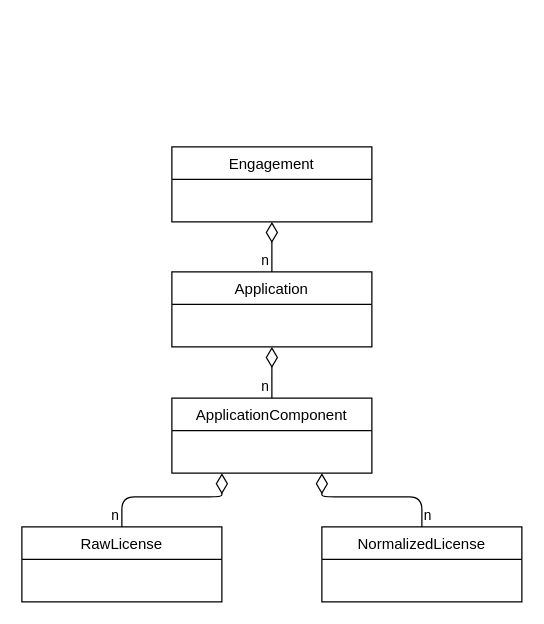
This is src/main/asciidoc/images/datamodel.drawio from devonfw/solicitor, a draw.io file, before an edit. Source tidied: cells renumbered, new cells numbered last; positions are measured from the earlier drawing's top-left corner, leaving out a move shared by most shapes. Both pictures are drawn from the tidied source at 125%, with x=0, y=0 at pixel (21, 146).
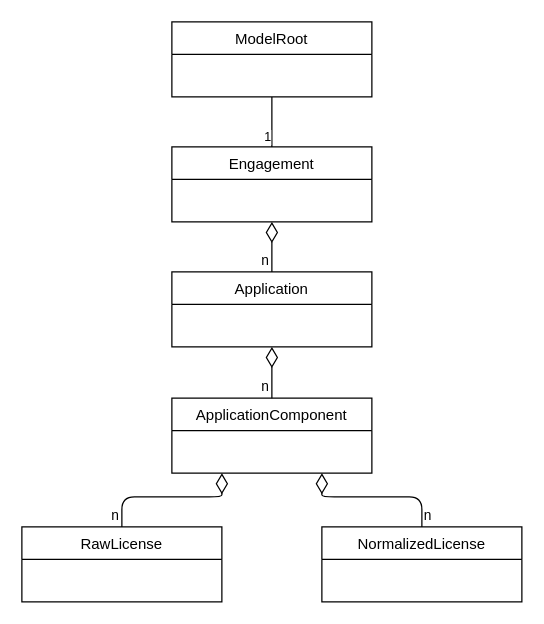
The same diagram, later.

Diff of the diagram source:
```diff
@@
 <mxGraphModel>
   <root>
     <mxCell id="0" />
     <mxCell id="1" parent="0" />
     <mxCell id="2" value="Engagement" style="swimlane;fontStyle=0;horizontal=1;startSize=26;fillColor=none;" parent="1" vertex="1">
       <mxGeometry x="120" width="160" height="60" as="geometry" />
     </mxCell>
     <mxCell id="3" value="RawLicense" style="swimlane;fontStyle=0;horizontal=1;startSize=26;fillColor=none;" parent="1" vertex="1">
       <mxGeometry y="304" width="160" height="60" as="geometry" />
     </mxCell>
     <mxCell id="4" value="ApplicationComponent" style="swimlane;fontStyle=0;horizontal=1;startSize=26;fillColor=none;" parent="1" vertex="1">
       <mxGeometry x="120" y="201" width="160" height="60" as="geometry" />
     </mxCell>
     <mxCell id="5" value="NormalizedLicense" style="swimlane;fontStyle=0;horizontal=1;startSize=26;fillColor=none;" parent="1" vertex="1">
       <mxGeometry x="240" y="304" width="160" height="60" as="geometry" />
     </mxCell>
     <mxCell id="6" value="n" style="endArrow=none;html=1;endSize=12;startArrow=diamondThin;startSize=14;startFill=0;edgeStyle=orthogonalEdgeStyle;align=left;verticalAlign=bottom;entryX=0.5;entryY=0;entryDx=0;entryDy=0;exitX=0.5;exitY=1;exitDx=0;exitDy=0;endFill=0;" parent="1" edge="1" source="2" target="7">
       <mxGeometry x="1" y="-10" relative="1" as="geometry" />
     </mxCell>
     <mxCell id="7" value="Application" style="swimlane;fontStyle=0;horizontal=1;startSize=26;fillColor=none;" parent="1" vertex="1">
       <mxGeometry x="120" y="100" width="160" height="60" as="geometry" />
     </mxCell>
     <mxCell id="8" value="n" style="endArrow=none;html=1;endSize=12;startArrow=diamondThin;startSize=14;startFill=0;edgeStyle=orthogonalEdgeStyle;align=left;verticalAlign=bottom;entryX=0.5;entryY=0;entryDx=0;entryDy=0;exitX=0.5;exitY=1;exitDx=0;exitDy=0;endFill=0;" parent="1" edge="1" source="7" target="4">
       <mxGeometry x="1" y="-10" relative="1" as="geometry" />
     </mxCell>
     <mxCell id="9" value="n" style="endArrow=none;html=1;endSize=12;startArrow=diamondThin;startSize=14;startFill=0;edgeStyle=orthogonalEdgeStyle;align=left;verticalAlign=bottom;entryX=0.5;entryY=0;entryDx=0;entryDy=0;endFill=0;exitX=0.25;exitY=1;exitDx=0;exitDy=0;" parent="1" edge="1" source="4" target="3">
       <mxGeometry x="1" y="-10" relative="1" as="geometry">
         <Array as="points">
           <mxPoint x="160" y="280" />
           <mxPoint x="80" y="280" />
         </Array>
       </mxGeometry>
     </mxCell>
     <mxCell id="10" value="n" style="endArrow=none;html=1;endSize=12;startArrow=diamondThin;startSize=14;startFill=0;edgeStyle=orthogonalEdgeStyle;align=left;verticalAlign=bottom;entryX=0.5;entryY=0;entryDx=0;entryDy=0;endFill=0;exitX=0.75;exitY=1;exitDx=0;exitDy=0;" parent="1" edge="1" source="4" target="5">
       <mxGeometry x="1" relative="1" as="geometry">
         <Array as="points">
           <mxPoint x="240" y="280" />
           <mxPoint x="320" y="280" />
         </Array>
       </mxGeometry>
     </mxCell>
+    <mxCell id="11" value="ModelRoot" style="swimlane;fontStyle=0;horizontal=1;startSize=26;fillColor=none;" parent="1" vertex="1">
+      <mxGeometry x="120" y="-100" width="160" height="60" as="geometry" />
+    </mxCell>
+    <mxCell id="12" style="endArrow=none;html=1;edgeStyle=orthogonalEdgeStyle;exitX=0.5;exitY=1;exitDx=0;exitDy=0;entryX=0.5;entryY=0;entryDx=0;entryDy=0;" parent="1" edge="1" source="11" target="2">
+      <mxGeometry relative="1" as="geometry" />
+    </mxCell>
+    <mxCell id="13" value="1" style="html=1;align=right;verticalAlign=bottom;labelBackgroundColor=#ffffff;fontSize=10;" parent="12" vertex="1">
+      <mxGeometry x="1" relative="1" as="geometry" />
+    </mxCell>
   </root>
 </mxGraphModel>
```
